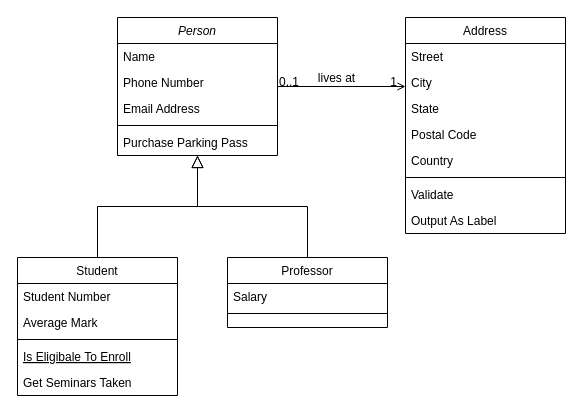
Before: Übg24.drawio in AndreasThum/UML-Notes, a draw.io diagram. Source tidied: cells renumbered, new cells numbered last; positions are measured from the earlier drawing's top-left corner, leaving out a move shared by most shapes. Both pictures are drawn from the tidied source at 100%, with x=0, y=0 at pixel (17, 17).
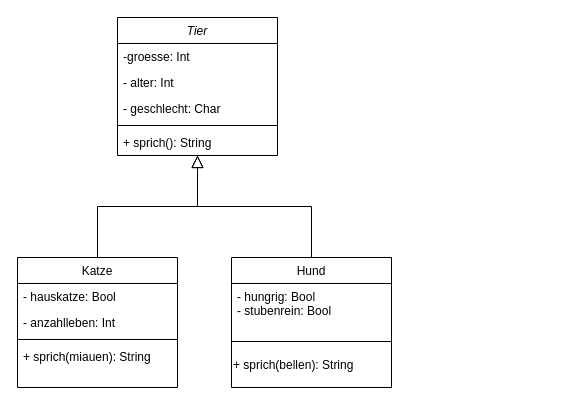
Above is the later version.

The edit, as a diff of the source:
```diff
@@
-    <mxCell id="2" value="Person" style="swimlane;fontStyle=2;align=center;verticalAlign=top;horizontal=1;startSize=26;rounded=0;shadow=0;strokeWidth=1;" parent="1" vertex="1">
+    <mxCell id="2" value="Tier" style="swimlane;fontStyle=2;align=center;verticalAlign=top;horizontal=1;startSize=26;rounded=0;shadow=0;strokeWidth=1;" parent="1" vertex="1">
       <mxGeometry x="100" width="160" height="138" as="geometry" />
     </mxCell>
-    <mxCell id="3" value="Name" style="text;align=left;verticalAlign=top;spacingLeft=4;spacingRight=4;overflow=hidden;" parent="2" vertex="1">
+    <mxCell id="3" value="-groesse: Int" style="text;align=left;verticalAlign=top;spacingLeft=4;spacingRight=4;overflow=hidden;" parent="2" vertex="1">
       <mxGeometry y="26" width="160" height="26" as="geometry" />
     </mxCell>
-    <mxCell id="4" value="Phone Number" style="text;align=left;verticalAlign=top;spacingLeft=4;spacingRight=4;overflow=hidden;rounded=0;shadow=0;html=0;" parent="2" vertex="1">
+    <mxCell id="4" value="- alter: Int" style="text;align=left;verticalAlign=top;spacingLeft=4;spacingRight=4;overflow=hidden;rounded=0;shadow=0;html=0;" parent="2" vertex="1">
       <mxGeometry y="52" width="160" height="26" as="geometry" />
     </mxCell>
-    <mxCell id="5" value="Email Address" style="text;align=left;verticalAlign=top;spacingLeft=4;spacingRight=4;overflow=hidden;rounded=0;shadow=0;html=0;" parent="2" vertex="1">
+    <mxCell id="5" value="- geschlecht: Char" style="text;align=left;verticalAlign=top;spacingLeft=4;spacingRight=4;overflow=hidden;rounded=0;shadow=0;html=0;" parent="2" vertex="1">
       <mxGeometry y="78" width="160" height="26" as="geometry" />
     </mxCell>
@@
-    <mxCell id="7" value="Purchase Parking Pass" style="text;align=left;verticalAlign=top;spacingLeft=4;spacingRight=4;overflow=hidden;" parent="2" vertex="1">
+    <mxCell id="7" value="+ sprich(): String" style="text;align=left;verticalAlign=top;spacingLeft=4;spacingRight=4;overflow=hidden;" parent="2" vertex="1">
       <mxGeometry y="112" width="160" height="26" as="geometry" />
     </mxCell>
-    <mxCell id="8" value="Student" style="swimlane;fontStyle=0;align=center;verticalAlign=top;horizontal=1;startSize=26;rounded=0;shadow=0;strokeWidth=1;" parent="1" vertex="1">
-      <mxGeometry y="240" width="160" height="138" as="geometry" />
+    <mxCell id="8" value="Katze" style="swimlane;fontStyle=0;align=center;verticalAlign=top;horizontal=1;startSize=26;rounded=0;shadow=0;strokeWidth=1;" parent="1" vertex="1">
+      <mxGeometry y="240" width="160" height="130" as="geometry" />
     </mxCell>
-    <mxCell id="9" value="Student Number" style="text;align=left;verticalAlign=top;spacingLeft=4;spacingRight=4;overflow=hidden;" parent="8" vertex="1">
+    <mxCell id="9" value="- hauskatze: Bool" style="text;align=left;verticalAlign=top;spacingLeft=4;spacingRight=4;overflow=hidden;" parent="8" vertex="1">
       <mxGeometry y="26" width="160" height="26" as="geometry" />
     </mxCell>
-    <mxCell id="10" value="Average Mark" style="text;align=left;verticalAlign=top;spacingLeft=4;spacingRight=4;overflow=hidden;rounded=0;shadow=0;html=0;" parent="8" vertex="1">
+    <mxCell id="10" value="- anzahlleben: Int&#10;&#10;" style="text;align=left;verticalAlign=top;spacingLeft=4;spacingRight=4;overflow=hidden;rounded=0;shadow=0;html=0;" parent="8" vertex="1">
       <mxGeometry y="52" width="160" height="26" as="geometry" />
     </mxCell>
@@
-    <mxCell id="12" value="Is Eligibale To Enroll" style="text;align=left;verticalAlign=top;spacingLeft=4;spacingRight=4;overflow=hidden;fontStyle=4;" parent="8" vertex="1">
+    <mxCell id="12" value="+ sprich(miauen): String" style="text;align=left;verticalAlign=top;spacingLeft=4;spacingRight=4;overflow=hidden;fontStyle=0;" parent="8" vertex="1">
       <mxGeometry y="86" width="160" height="26" as="geometry" />
     </mxCell>
-    <mxCell id="13" value="Get Seminars Taken" style="text;align=left;verticalAlign=top;spacingLeft=4;spacingRight=4;overflow=hidden;" parent="8" vertex="1">
-      <mxGeometry y="112" width="160" height="26" as="geometry" />
-    </mxCell>
@@
-    <mxCell id="15" value="Professor" style="swimlane;fontStyle=0;align=center;verticalAlign=top;horizontal=1;startSize=26;rounded=0;shadow=0;strokeWidth=1;" parent="1" vertex="1">
-      <mxGeometry x="210" y="240" width="160" height="70" as="geometry" />
+    <mxCell id="15" value="Hund" style="swimlane;fontStyle=0;align=center;verticalAlign=top;horizontal=1;startSize=26;rounded=0;shadow=0;strokeWidth=1;" parent="1" vertex="1">
+      <mxGeometry x="214" y="240" width="160" height="130" as="geometry" />
     </mxCell>
-    <mxCell id="16" value="Salary" style="text;align=left;verticalAlign=top;spacingLeft=4;spacingRight=4;overflow=hidden;" parent="15" vertex="1">
-      <mxGeometry y="26" width="160" height="26" as="geometry" />
+    <mxCell id="16" value="- hungrig: Bool&#10;- stubenrein: Bool" style="text;align=left;verticalAlign=top;spacingLeft=4;spacingRight=4;overflow=hidden;" parent="15" vertex="1">
+      <mxGeometry y="26" width="160" height="44" as="geometry" />
     </mxCell>
     <mxCell id="17" style="line;html=1;strokeWidth=1;align=left;verticalAlign=middle;spacingTop=-1;spacingLeft=3;spacingRight=3;labelPosition=right;" parent="15" vertex="1">
-      <mxGeometry y="52" width="160" height="8" as="geometry" />
+      <mxGeometry y="70" width="160" height="28" as="geometry" />
     </mxCell>
+    <mxCell id="32" value="+ sprich(bellen): String" style="text;html=1;align=left;verticalAlign=middle;" parent="15" vertex="1">
+      <mxGeometry y="98" width="160" height="20" as="geometry" />
+    </mxCell>
@@
-    <mxCell id="19" value="Address" style="swimlane;fontStyle=0;align=center;verticalAlign=top;horizontal=1;startSize=26;rounded=0;shadow=0;strokeWidth=1;" parent="1" vertex="1">
-      <mxGeometry x="388" width="160" height="216" as="geometry" />
-    </mxCell>
-    <mxCell id="20" value="Street" style="text;align=left;verticalAlign=top;spacingLeft=4;spacingRight=4;overflow=hidden;" parent="19" vertex="1">
-      <mxGeometry y="26" width="160" height="26" as="geometry" />
-    </mxCell>
-    <mxCell id="21" value="City" style="text;align=left;verticalAlign=top;spacingLeft=4;spacingRight=4;overflow=hidden;rounded=0;shadow=0;html=0;" parent="19" vertex="1">
-      <mxGeometry y="52" width="160" height="26" as="geometry" />
-    </mxCell>
-    <mxCell id="22" value="State" style="text;align=left;verticalAlign=top;spacingLeft=4;spacingRight=4;overflow=hidden;rounded=0;shadow=0;html=0;" parent="19" vertex="1">
-      <mxGeometry y="78" width="160" height="26" as="geometry" />
-    </mxCell>
-    <mxCell id="23" value="Postal Code" style="text;align=left;verticalAlign=top;spacingLeft=4;spacingRight=4;overflow=hidden;rounded=0;shadow=0;html=0;" parent="19" vertex="1">
-      <mxGeometry y="104" width="160" height="26" as="geometry" />
-    </mxCell>
-    <mxCell id="24" value="Country" style="text;align=left;verticalAlign=top;spacingLeft=4;spacingRight=4;overflow=hidden;rounded=0;shadow=0;html=0;" parent="19" vertex="1">
-      <mxGeometry y="130" width="160" height="26" as="geometry" />
-    </mxCell>
-    <mxCell id="25" style="line;html=1;strokeWidth=1;align=left;verticalAlign=middle;spacingTop=-1;spacingLeft=3;spacingRight=3;labelPosition=right;" parent="19" vertex="1">
-      <mxGeometry y="156" width="160" height="8" as="geometry" />
-    </mxCell>
-    <mxCell id="26" value="Validate" style="text;align=left;verticalAlign=top;spacingLeft=4;spacingRight=4;overflow=hidden;" parent="19" vertex="1">
-      <mxGeometry y="164" width="160" height="26" as="geometry" />
-    </mxCell>
-    <mxCell id="27" value="Output As Label" style="text;align=left;verticalAlign=top;spacingLeft=4;spacingRight=4;overflow=hidden;" parent="19" vertex="1">
-      <mxGeometry y="190" width="160" height="26" as="geometry" />
-    </mxCell>
-    <mxCell id="28" style="endArrow=open;shadow=0;strokeWidth=1;rounded=0;endFill=1;edgeStyle=elbowEdgeStyle;elbow=vertical;" parent="1" edge="1" source="2" target="19">
-      <mxGeometry x="0.5" y="41" relative="1" as="geometry">
-        <mxPoint x="-40" y="32" as="offset" />
-      </mxGeometry>
-    </mxCell>
-    <mxCell id="29" value="0..1" style="align=left;verticalAlign=bottom;labelBackgroundColor=none;fontSize=12;" parent="28" vertex="1">
-      <mxGeometry x="-1" relative="1" as="geometry">
-        <mxPoint y="4" as="offset" />
-      </mxGeometry>
-    </mxCell>
-    <mxCell id="30" value="1" style="align=right;verticalAlign=bottom;labelBackgroundColor=none;fontSize=12;" parent="28" vertex="1">
-      <mxGeometry x="1" relative="1" as="geometry">
-        <mxPoint x="-7" y="4" as="offset" />
-      </mxGeometry>
-    </mxCell>
-    <mxCell id="31" value="lives at" style="text;html=1;align=center;verticalAlign=middle;labelBackgroundColor=none;rounded=0;shadow=0;strokeWidth=1;fontSize=12;" parent="28" vertex="1">
-      <mxGeometry x="0.5" y="49" relative="1" as="geometry">
-        <mxPoint x="-38" y="40" as="offset" />
-      </mxGeometry>
-    </mxCell>
```
